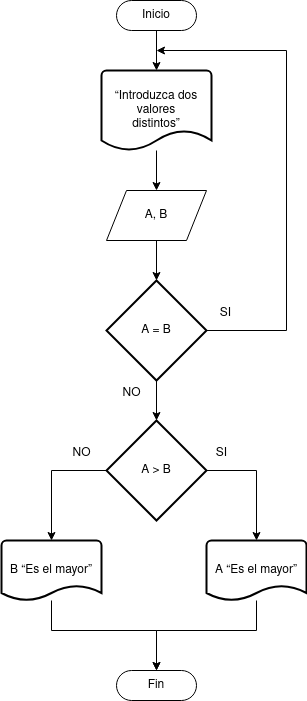
Before: unidad-1/images/diagrama-flujo.png, a diagram exported from draw.io (IsmaelJos/programacion). Source tidied: cells renumbered, new cells last; positions are measured from the earlier drawing's top-left corner, leaving out a move shared by most shapes. Source of this version:
```xml
<mxGraphModel>
  <root>
    <mxCell id="0" />
    <mxCell id="1" parent="0" />
    <mxCell id="2" style="edgeStyle=orthogonalEdgeStyle;rounded=0;jettySize=auto;html=1;exitX=0.5;exitY=0.5;exitDx=0;exitDy=15;exitPerimeter=0;entryX=0.5;entryY=0;entryDx=0;entryDy=0;entryPerimeter=0;" parent="1" edge="1" source="3" target="5">
      <mxGeometry relative="1" as="geometry" />
    </mxCell>
    <mxCell id="3" value="Inicio" style="html=1;dashed=0;whiteSpace=wrap;shape=mxgraph.dfd.start;" parent="1" vertex="1">
      <mxGeometry x="115" width="80" height="30" as="geometry" />
    </mxCell>
    <mxCell id="4" style="edgeStyle=orthogonalEdgeStyle;rounded=0;jettySize=auto;html=1;" parent="1" edge="1" source="5" target="7">
      <mxGeometry relative="1" as="geometry" />
    </mxCell>
    <mxCell id="5" value="“Introduzca dos&#10;valores&#10;distintos”" style="strokeWidth=2;html=1;shape=mxgraph.flowchart.document2;whiteSpace=wrap;size=0.25;" parent="1" vertex="1">
      <mxGeometry x="100" y="70" width="110" height="80" as="geometry" />
    </mxCell>
    <mxCell id="6" style="edgeStyle=orthogonalEdgeStyle;rounded=0;jettySize=auto;html=1;exitX=0.5;exitY=1;exitDx=0;exitDy=0;entryX=0.5;entryY=0;entryDx=0;entryDy=0;entryPerimeter=0;" parent="1" edge="1" source="7" target="10">
      <mxGeometry relative="1" as="geometry" />
    </mxCell>
    <mxCell id="7" value="A, B" style="shape=parallelogram;perimeter=parallelogramPerimeter;whiteSpace=wrap;html=1;dashed=0;" parent="1" vertex="1">
      <mxGeometry x="105" y="190" width="100" height="50" as="geometry" />
    </mxCell>
    <mxCell id="8" style="edgeStyle=orthogonalEdgeStyle;rounded=0;jettySize=auto;html=1;exitX=1;exitY=0.5;exitDx=0;exitDy=0;exitPerimeter=0;" parent="1" edge="1" source="10">
      <mxGeometry relative="1" as="geometry">
        <mxPoint x="155" y="50" as="targetPoint" />
        <Array as="points">
          <mxPoint x="285" y="330" />
          <mxPoint x="285" y="50" />
        </Array>
      </mxGeometry>
    </mxCell>
    <mxCell id="9" style="edgeStyle=orthogonalEdgeStyle;rounded=0;jettySize=auto;html=1;exitX=0.5;exitY=1;exitDx=0;exitDy=0;exitPerimeter=0;entryX=0.5;entryY=0;entryDx=0;entryDy=0;entryPerimeter=0;" parent="1" edge="1" source="10" target="13">
      <mxGeometry relative="1" as="geometry" />
    </mxCell>
    <mxCell id="10" value="A = B" style="strokeWidth=2;html=1;shape=mxgraph.flowchart.decision;whiteSpace=wrap;" parent="1" vertex="1">
      <mxGeometry x="105" y="280" width="100" height="100" as="geometry" />
    </mxCell>
    <mxCell id="11" style="edgeStyle=orthogonalEdgeStyle;rounded=0;jettySize=auto;html=1;exitX=0;exitY=0.5;exitDx=0;exitDy=0;exitPerimeter=0;entryX=0.5;entryY=0;entryDx=0;entryDy=0;entryPerimeter=0;" parent="1" edge="1" source="13" target="15">
      <mxGeometry relative="1" as="geometry" />
    </mxCell>
    <mxCell id="12" style="edgeStyle=orthogonalEdgeStyle;rounded=0;jettySize=auto;html=1;exitX=1;exitY=0.5;exitDx=0;exitDy=0;exitPerimeter=0;entryX=0.5;entryY=0;entryDx=0;entryDy=0;entryPerimeter=0;" parent="1" edge="1" source="13" target="17">
      <mxGeometry relative="1" as="geometry" />
    </mxCell>
    <mxCell id="13" value="A &amp;gt; B" style="strokeWidth=2;html=1;shape=mxgraph.flowchart.decision;whiteSpace=wrap;" parent="1" vertex="1">
      <mxGeometry x="105" y="420" width="100" height="100" as="geometry" />
    </mxCell>
    <mxCell id="14" style="edgeStyle=orthogonalEdgeStyle;rounded=0;jettySize=auto;html=1;entryX=0.5;entryY=0.5;entryDx=0;entryDy=-15;entryPerimeter=0;" parent="1" edge="1" source="15" target="18">
      <mxGeometry relative="1" as="geometry">
        <Array as="points">
          <mxPoint x="50" y="630" />
          <mxPoint x="155" y="630" />
        </Array>
      </mxGeometry>
    </mxCell>
    <mxCell id="15" value="B “Es el mayor”" style="strokeWidth=2;html=1;shape=mxgraph.flowchart.document2;whiteSpace=wrap;size=0.25;" parent="1" vertex="1">
      <mxGeometry y="540" width="100" height="60" as="geometry" />
    </mxCell>
    <mxCell id="16" style="edgeStyle=orthogonalEdgeStyle;rounded=0;jettySize=auto;html=1;entryX=0.5;entryY=0.5;entryDx=0;entryDy=-15;entryPerimeter=0;" parent="1" edge="1" source="17" target="18">
      <mxGeometry relative="1" as="geometry">
        <Array as="points">
          <mxPoint x="255" y="630" />
          <mxPoint x="155" y="630" />
        </Array>
      </mxGeometry>
    </mxCell>
    <mxCell id="17" value="A “Es el mayor”" style="strokeWidth=2;html=1;shape=mxgraph.flowchart.document2;whiteSpace=wrap;size=0.25;" parent="1" vertex="1">
      <mxGeometry x="205" y="540" width="100" height="60" as="geometry" />
    </mxCell>
    <mxCell id="18" value="Fin" style="html=1;dashed=0;whiteSpace=wrap;shape=mxgraph.dfd.start;" parent="1" vertex="1">
      <mxGeometry x="115" y="670" width="80" height="30" as="geometry" />
    </mxCell>
    <mxCell id="19" value="NO" style="text;html=1;align=center;verticalAlign=middle;strokeColor=none;fillColor=none;" parent="1" vertex="1">
      <mxGeometry x="110" y="378" width="40" height="30" as="geometry" />
    </mxCell>
    <mxCell id="20" value="SI" style="text;html=1;align=center;verticalAlign=middle;strokeColor=none;fillColor=none;" parent="1" vertex="1">
      <mxGeometry x="209" y="298" width="30" height="30" as="geometry" />
    </mxCell>
    <mxCell id="21" value="NO" style="text;html=1;align=center;verticalAlign=middle;strokeColor=none;fillColor=none;" parent="1" vertex="1">
      <mxGeometry x="60" y="438" width="40" height="30" as="geometry" />
    </mxCell>
    <mxCell id="22" value="SI" style="text;html=1;align=center;verticalAlign=middle;strokeColor=none;fillColor=none;" parent="1" vertex="1">
      <mxGeometry x="205" y="438" width="30" height="30" as="geometry" />
    </mxCell>
  </root>
</mxGraphModel>
```
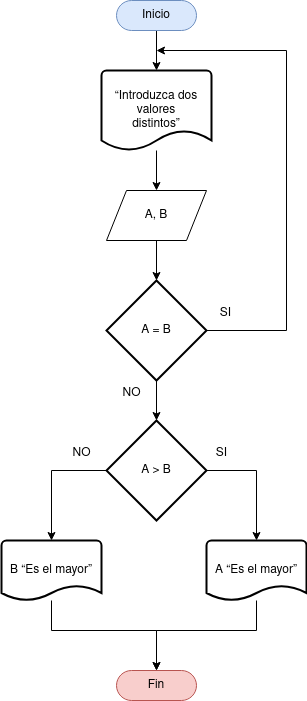
The same diagram one commit later.

Diff of the diagram source:
```diff
@@ -5,7 +5,7 @@
     <mxCell id="2" style="edgeStyle=orthogonalEdgeStyle;rounded=0;jettySize=auto;html=1;exitX=0.5;exitY=0.5;exitDx=0;exitDy=15;exitPerimeter=0;entryX=0.5;entryY=0;entryDx=0;entryDy=0;entryPerimeter=0;" parent="1" edge="1" source="3" target="5">
       <mxGeometry relative="1" as="geometry" />
     </mxCell>
-    <mxCell id="3" value="Inicio" style="html=1;dashed=0;whiteSpace=wrap;shape=mxgraph.dfd.start;" parent="1" vertex="1">
+    <mxCell id="3" value="Inicio" style="html=1;dashed=0;whiteSpace=wrap;shape=mxgraph.dfd.start;fillColor=#dae8fc;strokeColor=#6c8ebf;" parent="1" vertex="1">
       <mxGeometry x="115" width="80" height="30" as="geometry" />
     </mxCell>
     <mxCell id="4" style="edgeStyle=orthogonalEdgeStyle;rounded=0;jettySize=auto;html=1;" parent="1" edge="1" source="5" target="7">
@@ -66,7 +66,7 @@
     <mxCell id="17" value="A “Es el mayor”" style="strokeWidth=2;html=1;shape=mxgraph.flowchart.document2;whiteSpace=wrap;size=0.25;" parent="1" vertex="1">
       <mxGeometry x="205" y="540" width="100" height="60" as="geometry" />
     </mxCell>
-    <mxCell id="18" value="Fin" style="html=1;dashed=0;whiteSpace=wrap;shape=mxgraph.dfd.start;" parent="1" vertex="1">
+    <mxCell id="18" value="Fin" style="html=1;dashed=0;whiteSpace=wrap;shape=mxgraph.dfd.start;fillColor=#f8cecc;strokeColor=#b85450;" parent="1" vertex="1">
       <mxGeometry x="115" y="670" width="80" height="30" as="geometry" />
     </mxCell>
     <mxCell id="19" value="NO" style="text;html=1;align=center;verticalAlign=middle;strokeColor=none;fillColor=none;" parent="1" vertex="1">
```
